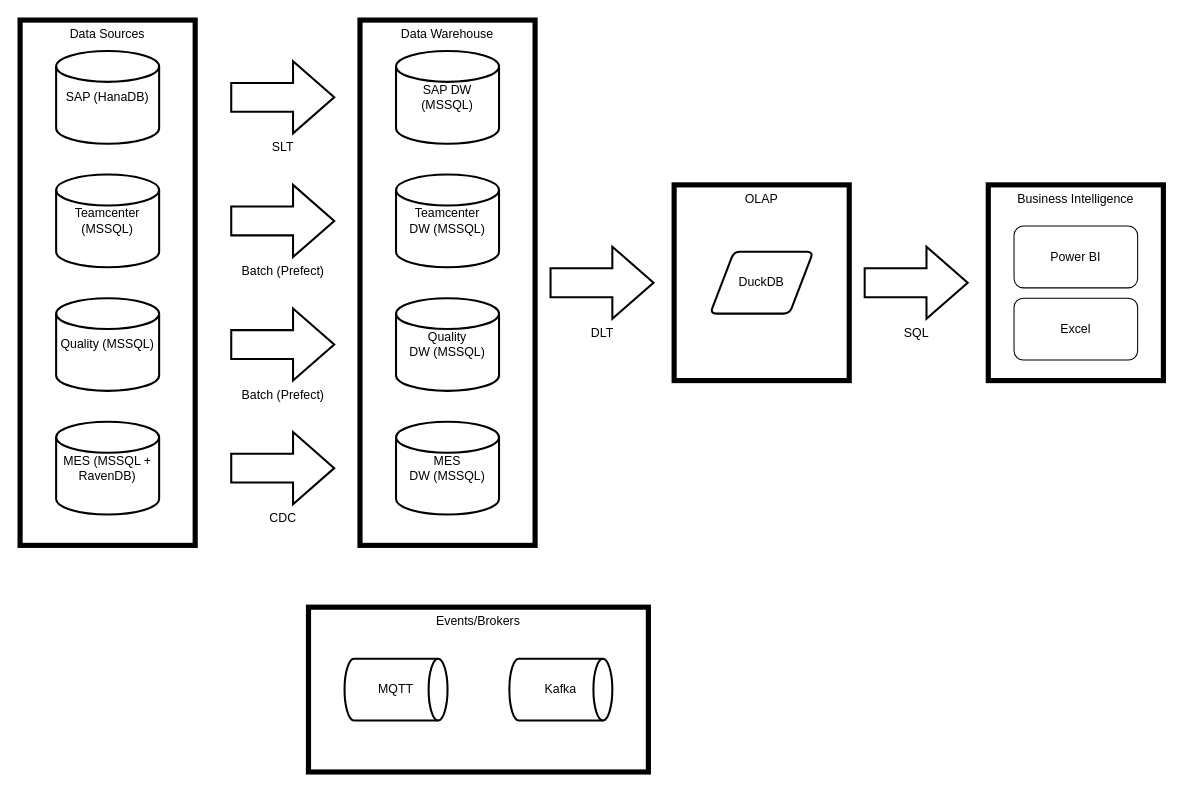
Above: docs/diagrams/custom_data_lake_solution.drawio in slidwell44/MIS6940_finalProject (draw.io), before the change. Source tidied: cells renumbered, new cells numbered last; positions are measured from the earlier drawing's top-left corner, leaving out a move shared by most shapes. Both pictures are drawn from the tidied source at 103%, with x=0, y=0 at pixel (20, 20).
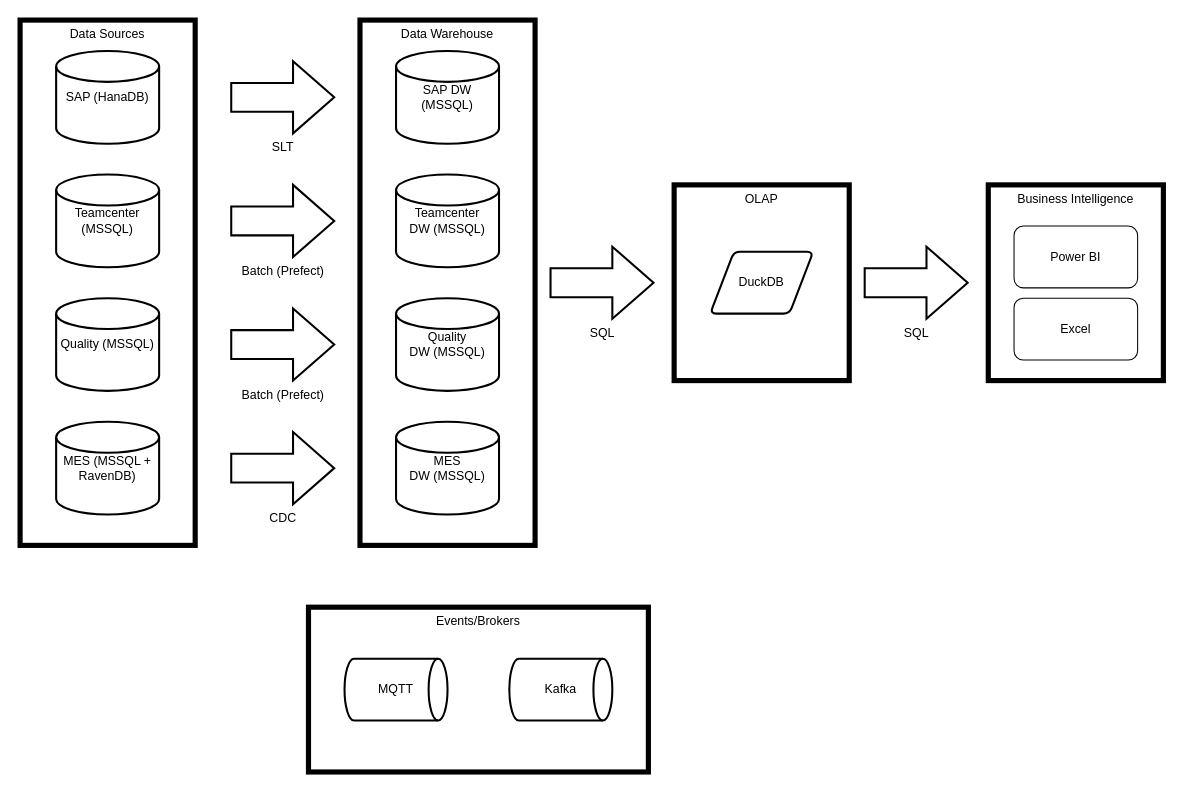
The same diagram, later.

Change to the diagram source:
```diff
@@
-    <mxCell id="21" value="DLT" style="verticalLabelPosition=bottom;verticalAlign=top;html=1;strokeWidth=2;shape=mxgraph.arrows2.arrow;dy=0.6;dx=40;notch=0;" parent="1" vertex="1">
+    <mxCell id="21" value="SQL" style="verticalLabelPosition=bottom;verticalAlign=top;html=1;strokeWidth=2;shape=mxgraph.arrows2.arrow;dy=0.6;dx=40;notch=0;" parent="1" vertex="1">
       <mxGeometry x="515" y="220" width="100" height="70" as="geometry" />
     </mxCell>
```
